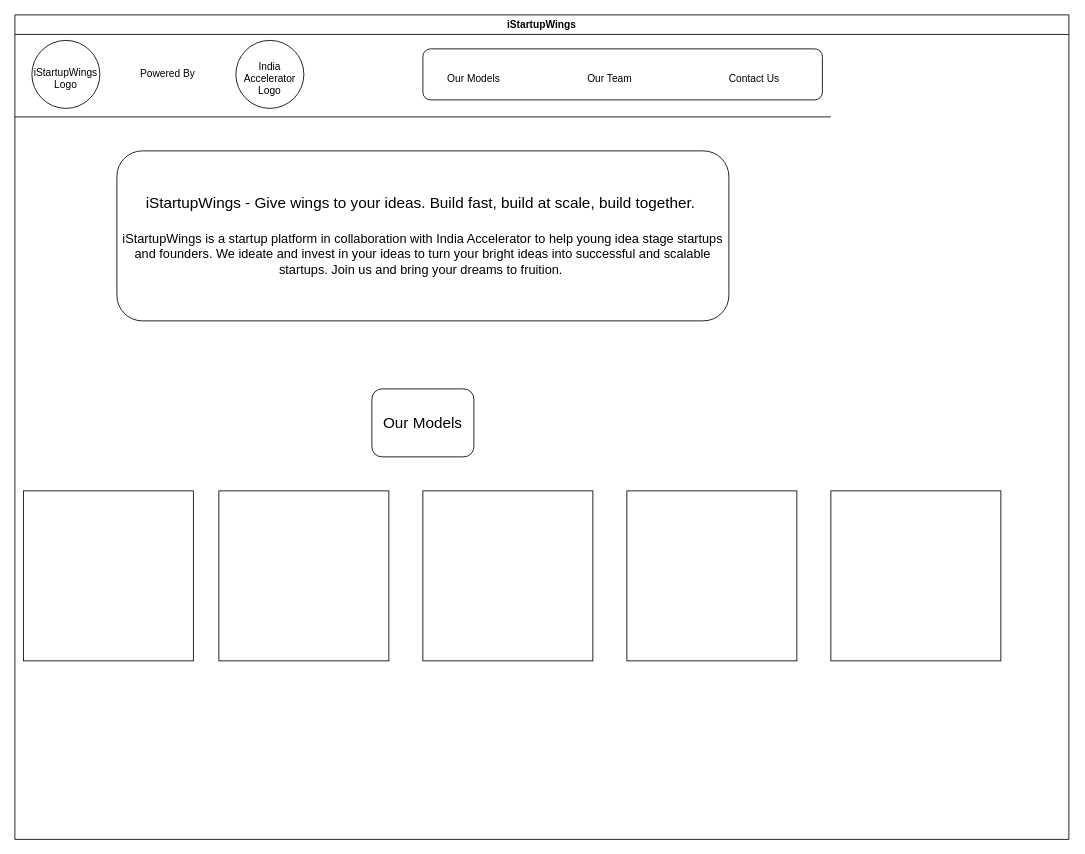
This is iStartupWings.drawio from snair0410/story, a draw.io file, before an edit. Source tidied: cells renumbered, new cells numbered last; positions are measured from the earlier drawing's top-left corner, leaving out a move shared by most shapes. Both pictures are drawn from the tidied source at 85%, with x=0, y=0 at pixel (14, 14).
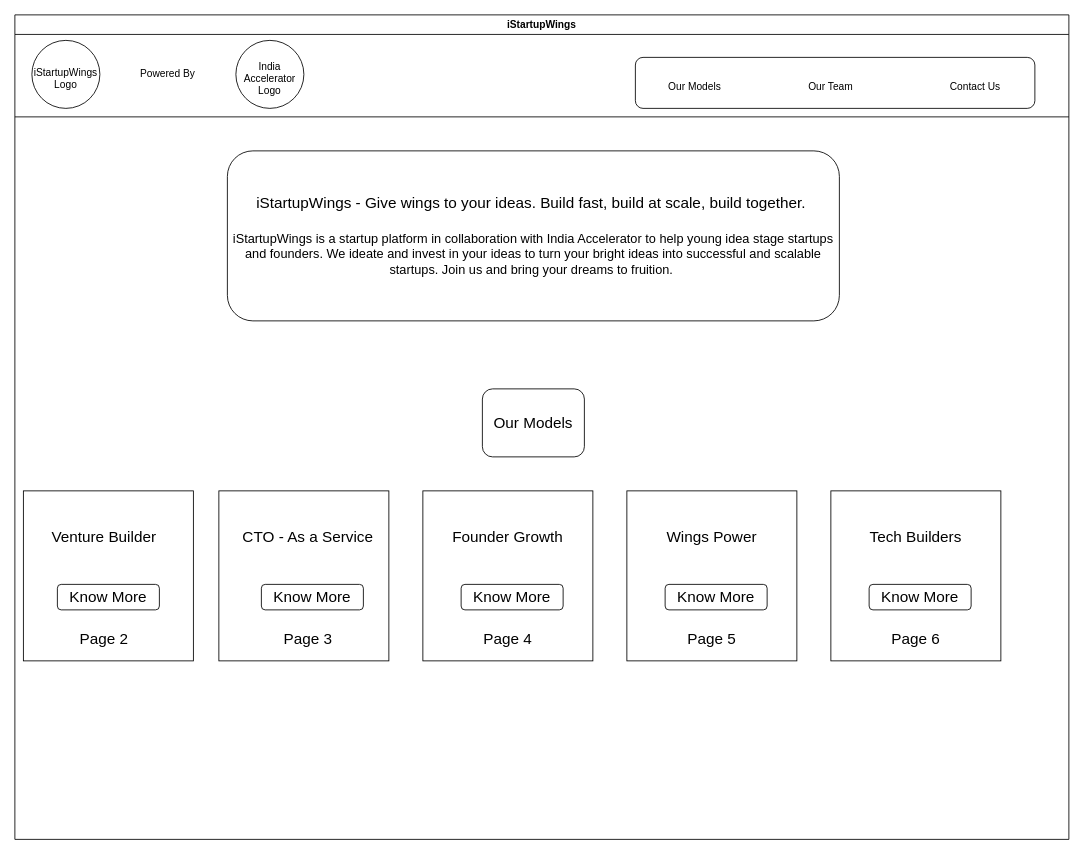
Above is the later version.

The change refers to these unchanged cells:
```xml
<mxCell id="2" value="iStartupWings" style="swimlane;" parent="1" vertex="1">
  <mxGeometry width="1240" height="970" as="geometry" />
</mxCell>
```

What changed in the source:
```diff
@@
     <mxCell id="8" style="rounded=1;whiteSpace=wrap;html=1;" parent="2" vertex="1">
-      <mxGeometry x="480" y="40" width="470" height="60" as="geometry" />
+      <mxGeometry x="730" y="50" width="470" height="60" as="geometry" />
     </mxCell>
     <mxCell id="9" value="Our Models" style="text;html=1;strokeColor=none;fillColor=none;align=center;verticalAlign=middle;whiteSpace=wrap;rounded=0;" parent="2" vertex="1">
-      <mxGeometry x="490" y="60" width="100" height="30" as="geometry" />
+      <mxGeometry x="750" y="70" width="100" height="30" as="geometry" />
     </mxCell>
     <mxCell id="10" value="Our Team" style="text;html=1;strokeColor=none;fillColor=none;align=center;verticalAlign=middle;whiteSpace=wrap;rounded=0;" parent="2" vertex="1">
-      <mxGeometry x="650" y="60" width="100" height="30" as="geometry" />
+      <mxGeometry x="910" y="70" width="100" height="30" as="geometry" />
     </mxCell>
     <mxCell id="11" value="Contact Us" style="text;html=1;strokeColor=none;fillColor=none;align=center;verticalAlign=middle;whiteSpace=wrap;rounded=0;" parent="2" vertex="1">
-      <mxGeometry x="820" y="60" width="100" height="30" as="geometry" />
+      <mxGeometry x="1080" y="70" width="100" height="30" as="geometry" />
     </mxCell>
     <mxCell id="12" value="&lt;div style=&quot;font-size: 18px&quot;&gt;&lt;font style=&quot;font-size: 18px&quot;&gt;iStartupWings - Give wings to your ideas. Build fast, build at scale, build together.&amp;nbsp;&lt;/font&gt;&lt;/div&gt;&lt;div style=&quot;font-size: 18px&quot;&gt;&lt;font style=&quot;font-size: 18px&quot;&gt;&lt;br&gt;&lt;/font&gt;&lt;/div&gt;&lt;div style=&quot;font-size: 15px&quot;&gt;&lt;font style=&quot;font-size: 15px&quot;&gt;iStartupWings is a startup platform in collaboration with India Accelerator to help young idea stage startups and founders. We ideate and invest in your ideas to turn your bright ideas into successful and scalable startups. Join us and bring your dreams to fruition.&amp;nbsp;&lt;/font&gt;&lt;/div&gt;" style="rounded=1;whiteSpace=wrap;html=1;" parent="2" vertex="1">
-      <mxGeometry x="120" y="160" width="720" height="200" as="geometry" />
+      <mxGeometry x="250" y="160" width="720" height="200" as="geometry" />
     </mxCell>
     <mxCell id="13" value="Our Models" style="rounded=1;whiteSpace=wrap;html=1;fontSize=18;" parent="2" vertex="1">
-      <mxGeometry x="420" y="440" width="120" height="80" as="geometry" />
+      <mxGeometry x="550" y="440" width="120" height="80" as="geometry" />
     </mxCell>
@@
+    <mxCell id="20" value="Venture Builder" style="text;html=1;strokeColor=none;fillColor=none;align=center;verticalAlign=middle;whiteSpace=wrap;rounded=0;fontSize=18;" parent="2" vertex="1">
+      <mxGeometry x="20" y="600" width="170" height="30" as="geometry" />
+    </mxCell>
+    <mxCell id="21" value="Know More" style="rounded=1;whiteSpace=wrap;html=1;fontSize=18;" parent="2" vertex="1">
+      <mxGeometry x="50" y="670" width="120" height="30" as="geometry" />
+    </mxCell>
+    <mxCell id="22" value="Page 2" style="text;html=1;strokeColor=none;fillColor=none;align=center;verticalAlign=middle;whiteSpace=wrap;rounded=0;fontSize=18;" parent="2" vertex="1">
+      <mxGeometry x="70" y="720" width="70" height="30" as="geometry" />
+    </mxCell>
+    <mxCell id="23" value="CTO - As a Service" style="text;html=1;strokeColor=none;fillColor=none;align=center;verticalAlign=middle;whiteSpace=wrap;rounded=0;fontSize=18;" parent="2" vertex="1">
+      <mxGeometry x="260" y="600" width="170" height="30" as="geometry" />
+    </mxCell>
+    <mxCell id="24" value="Know More" style="rounded=1;whiteSpace=wrap;html=1;fontSize=18;" parent="2" vertex="1">
+      <mxGeometry x="290" y="670" width="120" height="30" as="geometry" />
+    </mxCell>
+    <mxCell id="25" value="Page 3" style="text;html=1;strokeColor=none;fillColor=none;align=center;verticalAlign=middle;whiteSpace=wrap;rounded=0;fontSize=18;" parent="2" vertex="1">
+      <mxGeometry x="310" y="720" width="70" height="30" as="geometry" />
+    </mxCell>
+    <mxCell id="26" value="Founder Growth" style="text;html=1;strokeColor=none;fillColor=none;align=center;verticalAlign=middle;whiteSpace=wrap;rounded=0;fontSize=18;" parent="2" vertex="1">
+      <mxGeometry x="495" y="600" width="170" height="30" as="geometry" />
+    </mxCell>
+    <mxCell id="27" value="Know More" style="rounded=1;whiteSpace=wrap;html=1;fontSize=18;" parent="2" vertex="1">
+      <mxGeometry x="525" y="670" width="120" height="30" as="geometry" />
+    </mxCell>
+    <mxCell id="28" value="Page 4" style="text;html=1;strokeColor=none;fillColor=none;align=center;verticalAlign=middle;whiteSpace=wrap;rounded=0;fontSize=18;" parent="2" vertex="1">
+      <mxGeometry x="545" y="720" width="70" height="30" as="geometry" />
+    </mxCell>
+    <mxCell id="29" value="Wings Power" style="text;html=1;strokeColor=none;fillColor=none;align=center;verticalAlign=middle;whiteSpace=wrap;rounded=0;fontSize=18;" parent="2" vertex="1">
+      <mxGeometry x="735" y="600" width="170" height="30" as="geometry" />
+    </mxCell>
+    <mxCell id="30" value="Know More" style="rounded=1;whiteSpace=wrap;html=1;fontSize=18;" parent="2" vertex="1">
+      <mxGeometry x="765" y="670" width="120" height="30" as="geometry" />
+    </mxCell>
+    <mxCell id="31" value="Page 5" style="text;html=1;strokeColor=none;fillColor=none;align=center;verticalAlign=middle;whiteSpace=wrap;rounded=0;fontSize=18;" parent="2" vertex="1">
+      <mxGeometry x="785" y="720" width="70" height="30" as="geometry" />
+    </mxCell>
+    <mxCell id="32" value="Tech Builders" style="text;html=1;strokeColor=none;fillColor=none;align=center;verticalAlign=middle;whiteSpace=wrap;rounded=0;fontSize=18;" parent="2" vertex="1">
+      <mxGeometry x="975" y="600" width="170" height="30" as="geometry" />
+    </mxCell>
+    <mxCell id="33" value="Know More" style="rounded=1;whiteSpace=wrap;html=1;fontSize=18;" parent="2" vertex="1">
+      <mxGeometry x="1005" y="670" width="120" height="30" as="geometry" />
+    </mxCell>
+    <mxCell id="34" value="Page 6" style="text;html=1;strokeColor=none;fillColor=none;align=center;verticalAlign=middle;whiteSpace=wrap;rounded=0;fontSize=18;" parent="2" vertex="1">
+      <mxGeometry x="1025" y="720" width="70" height="30" as="geometry" />
+    </mxCell>
     <mxCell id="19" style="endArrow=none;html=1;rounded=0;" parent="1" edge="1">
       <mxGeometry relative="1" as="geometry">
         <mxPoint y="120" as="sourcePoint" />
-        <mxPoint x="960" y="120" as="targetPoint" />
+        <mxPoint x="1240" y="120" as="targetPoint" />
       </mxGeometry>
     </mxCell>
```
